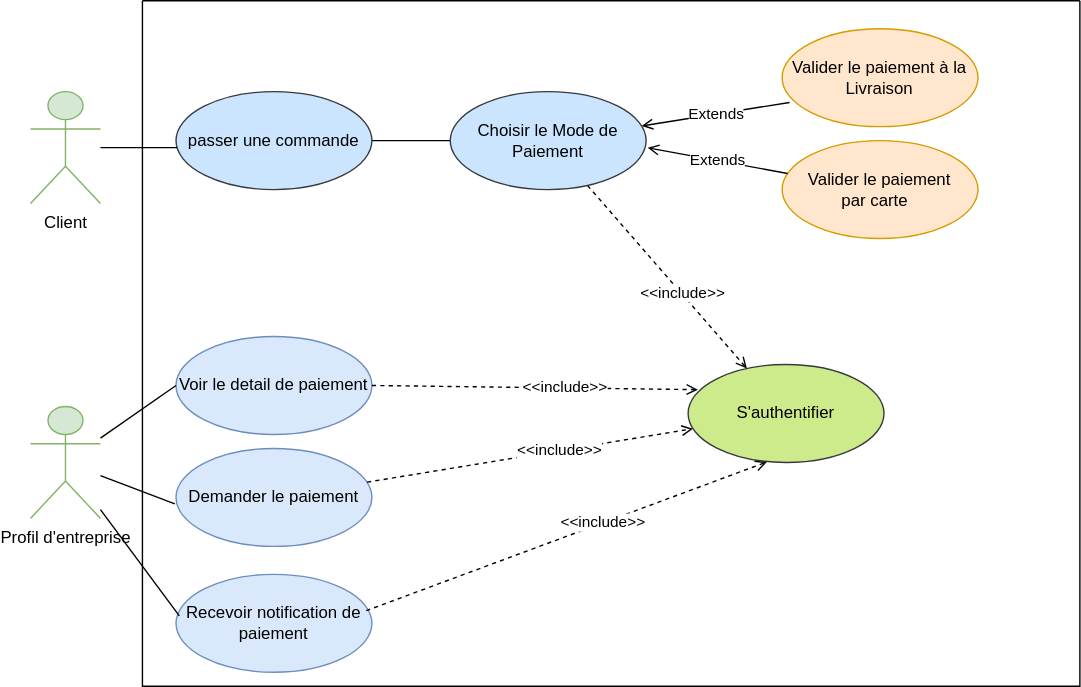
Earlier version of the draw.io export useCase_payment.drawio.svg (amine-elarass49/angular_doc). Source tidied: cells renumbered, new cells last; positions are measured from the earlier drawing's top-left corner, leaving out a move shared by most shapes. The source it was exported from:
```xml
<mxGraphModel>
  <root>
    <mxCell id="0" />
    <mxCell id="1" parent="0" />
    <mxCell id="2" style="swimlane;startSize=0;" parent="1" vertex="1">
      <mxGeometry x="80" width="670" height="490" as="geometry" />
    </mxCell>
    <mxCell id="3" value="S'authentifier" style="ellipse;whiteSpace=wrap;html=1;fillColor=#cdeb8b;strokeColor=#36393d;" parent="2" vertex="1">
      <mxGeometry x="390" y="260" width="140" height="70" as="geometry" />
    </mxCell>
    <mxCell id="4" value="Valider le paiement à la Livraison" style="ellipse;whiteSpace=wrap;html=1;fillColor=#ffe6cc;strokeColor=#d79b00;" parent="2" vertex="1">
      <mxGeometry x="457.2" y="20" width="140" height="70" as="geometry" />
    </mxCell>
    <mxCell id="5" value="Valider le paiement par&amp;nbsp;carte&amp;nbsp;&amp;nbsp;     " style="ellipse;whiteSpace=wrap;html=1;fillColor=#ffe6cc;strokeColor=#d79b00;" parent="2" vertex="1">
      <mxGeometry x="457.2" y="100" width="140" height="70" as="geometry" />
    </mxCell>
    <mxCell id="6" value="Extends" style="endArrow=none;endSize=6;endFill=0;html=1;rounded=0;entryX=0.038;entryY=0.754;entryDx=0;entryDy=0;entryPerimeter=0;startArrow=open;startFill=0;" parent="2" edge="1" source="12" target="4">
      <mxGeometry relative="1" as="geometry" />
    </mxCell>
    <mxCell id="7" value="Extends" style="endArrow=none;endSize=6;endFill=0;html=1;rounded=0;exitX=1.008;exitY=0.574;exitDx=0;exitDy=0;exitPerimeter=0;startArrow=open;startFill=0;" parent="2" edge="1" source="12" target="5">
      <mxGeometry relative="1" as="geometry" />
    </mxCell>
    <mxCell id="8" style="edgeStyle=orthogonalEdgeStyle;rounded=0;jettySize=auto;html=1;endArrow=none;endFill=0;" parent="2" edge="1" source="9" target="12">
      <mxGeometry relative="1" as="geometry" />
    </mxCell>
    <mxCell id="9" value="passer une commande" style="ellipse;whiteSpace=wrap;html=1;fillColor=#cce5ff;strokeColor=#36393d;" parent="2" vertex="1">
      <mxGeometry x="24" y="65" width="140" height="70" as="geometry" />
    </mxCell>
    <mxCell id="10" style="rounded=0;jettySize=auto;html=1;dashed=1;endArrow=open;endFill=0;" parent="2" edge="1" source="12" target="3">
      <mxGeometry relative="1" as="geometry" />
    </mxCell>
    <mxCell id="11" value="&amp;lt;&amp;lt;include&amp;gt;&amp;gt;" style="edgeLabel;html=1;align=center;verticalAlign=middle;" parent="10" vertex="1">
      <mxGeometry x="0.18" y="1" relative="1" as="geometry" />
    </mxCell>
    <mxCell id="12" value="Choisir le Mode de Paiement" style="ellipse;whiteSpace=wrap;html=1;fillColor=#cce5ff;strokeColor=#36393d;" parent="2" vertex="1">
      <mxGeometry x="220" y="65" width="140" height="70" as="geometry" />
    </mxCell>
    <mxCell id="13" value="Profil d'entreprise" style="shape=umlActor;verticalLabelPosition=bottom;verticalAlign=top;html=1;outlineConnect=0;fillColor=#d5e8d4;strokeColor=#82b366;" parent="2" vertex="1">
      <mxGeometry x="-80" y="290" width="50" height="80" as="geometry" />
    </mxCell>
    <mxCell id="14" style="edgeStyle=orthogonalEdgeStyle;rounded=0;jettySize=auto;html=1;endArrow=none;endFill=0;" parent="2" edge="1" source="15" target="9">
      <mxGeometry relative="1" as="geometry">
        <Array as="points">
          <mxPoint x="-60" y="100" />
          <mxPoint x="-60" y="100" />
        </Array>
      </mxGeometry>
    </mxCell>
    <mxCell id="15" value="Client" style="shape=umlActor;verticalLabelPosition=bottom;verticalAlign=top;html=1;outlineConnect=0;fillColor=#d5e8d4;strokeColor=#82b366;" parent="2" vertex="1">
      <mxGeometry x="-80" y="65" width="50" height="80" as="geometry" />
    </mxCell>
    <mxCell id="16" value="Voir le detail de paiement" style="ellipse;whiteSpace=wrap;html=1;fillColor=#dae8fc;strokeColor=#6c8ebf;" parent="2" vertex="1">
      <mxGeometry x="24" y="240" width="140" height="70" as="geometry" />
    </mxCell>
    <mxCell id="17" value="Demander le paiement" style="ellipse;whiteSpace=wrap;html=1;fillColor=#dae8fc;strokeColor=#6c8ebf;" parent="2" vertex="1">
      <mxGeometry x="24" y="320" width="140" height="70" as="geometry" />
    </mxCell>
    <mxCell id="18" value="Recevoir notification de paiement" style="ellipse;whiteSpace=wrap;html=1;fillColor=#dae8fc;strokeColor=#6c8ebf;" parent="2" vertex="1">
      <mxGeometry x="24" y="410" width="140" height="70" as="geometry" />
    </mxCell>
    <mxCell id="19" style="rounded=0;jettySize=auto;html=1;endArrow=none;endFill=0;entryX=0;entryY=0.5;entryDx=0;entryDy=0;" parent="2" edge="1" source="13" target="16">
      <mxGeometry relative="1" as="geometry" />
    </mxCell>
    <mxCell id="20" style="rounded=0;jettySize=auto;html=1;endArrow=none;endFill=0;entryX=-0.006;entryY=0.566;entryDx=0;entryDy=0;entryPerimeter=0;" parent="2" edge="1" source="13" target="17">
      <mxGeometry relative="1" as="geometry" />
    </mxCell>
    <mxCell id="21" style="rounded=0;jettySize=auto;html=1;endArrow=none;endFill=0;entryX=0.017;entryY=0.424;entryDx=0;entryDy=0;entryPerimeter=0;" parent="2" edge="1" source="13" target="18">
      <mxGeometry relative="1" as="geometry" />
    </mxCell>
    <mxCell id="22" style="rounded=0;jettySize=auto;html=1;dashed=1;exitX=1;exitY=0.5;exitDx=0;exitDy=0;endArrow=open;endFill=0;entryX=0.05;entryY=0.257;entryDx=0;entryDy=0;entryPerimeter=0;" parent="2" edge="1" source="16" target="3">
      <mxGeometry relative="1" as="geometry" />
    </mxCell>
    <mxCell id="23" value="&amp;lt;&amp;lt;include&amp;gt;&amp;gt;" style="edgeLabel;html=1;align=center;verticalAlign=middle;" parent="22" vertex="1">
      <mxGeometry x="0.18" y="1" relative="1" as="geometry" />
    </mxCell>
    <mxCell id="24" style="rounded=0;jettySize=auto;html=1;dashed=1;endArrow=open;endFill=0;" parent="2" edge="1" source="17" target="3">
      <mxGeometry relative="1" as="geometry" />
    </mxCell>
    <mxCell id="25" value="&amp;lt;&amp;lt;include&amp;gt;&amp;gt;" style="edgeLabel;html=1;align=center;verticalAlign=middle;" parent="24" vertex="1">
      <mxGeometry x="0.18" y="1" relative="1" as="geometry" />
    </mxCell>
    <mxCell id="26" style="rounded=0;jettySize=auto;html=1;dashed=1;exitX=0.971;exitY=0.371;exitDx=0;exitDy=0;exitPerimeter=0;endArrow=open;endFill=0;entryX=0.402;entryY=0.995;entryDx=0;entryDy=0;entryPerimeter=0;" parent="2" edge="1" source="18" target="3">
      <mxGeometry relative="1" as="geometry" />
    </mxCell>
    <mxCell id="27" value="&amp;lt;&amp;lt;include&amp;gt;&amp;gt;" style="edgeLabel;html=1;align=center;verticalAlign=middle;" parent="26" vertex="1">
      <mxGeometry x="0.18" y="1" relative="1" as="geometry" />
    </mxCell>
  </root>
</mxGraphModel>
```
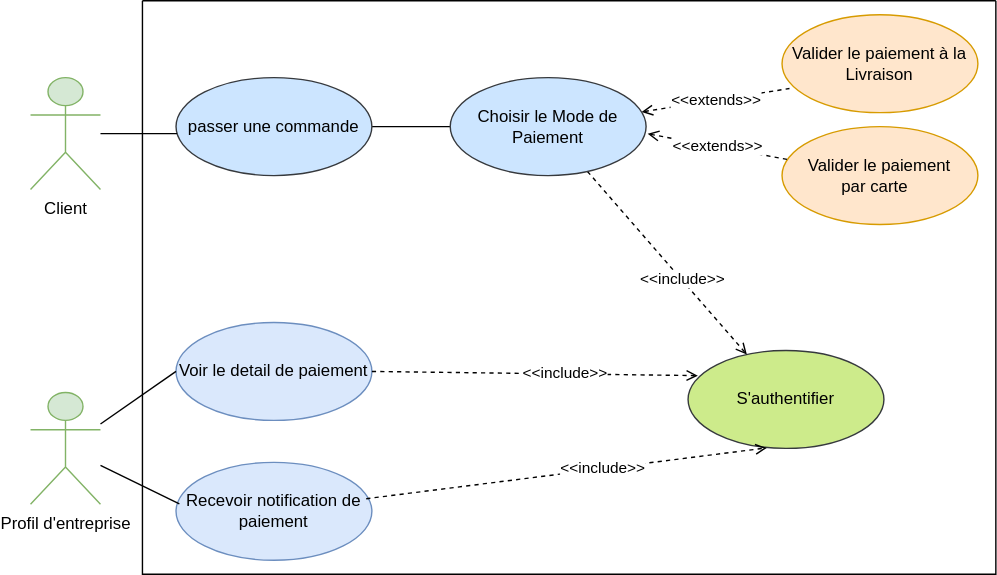
Above is the later version.

The edit, as a diff of the source:
```diff
@@ -3,28 +3,28 @@
     <mxCell id="0" />
     <mxCell id="1" parent="0" />
     <mxCell id="2" style="swimlane;startSize=0;" parent="1" vertex="1">
-      <mxGeometry x="80" width="670" height="490" as="geometry" />
+      <mxGeometry x="80" width="610" height="410" as="geometry" />
     </mxCell>
     <mxCell id="3" value="S'authentifier" style="ellipse;whiteSpace=wrap;html=1;fillColor=#cdeb8b;strokeColor=#36393d;" parent="2" vertex="1">
-      <mxGeometry x="390" y="260" width="140" height="70" as="geometry" />
+      <mxGeometry x="390" y="250" width="140" height="70" as="geometry" />
     </mxCell>
     <mxCell id="4" value="Valider le paiement à la Livraison" style="ellipse;whiteSpace=wrap;html=1;fillColor=#ffe6cc;strokeColor=#d79b00;" parent="2" vertex="1">
-      <mxGeometry x="457.2" y="20" width="140" height="70" as="geometry" />
+      <mxGeometry x="457.2" y="10" width="140" height="70" as="geometry" />
     </mxCell>
     <mxCell id="5" value="Valider le paiement par&amp;nbsp;carte&amp;nbsp;&amp;nbsp;     " style="ellipse;whiteSpace=wrap;html=1;fillColor=#ffe6cc;strokeColor=#d79b00;" parent="2" vertex="1">
-      <mxGeometry x="457.2" y="100" width="140" height="70" as="geometry" />
+      <mxGeometry x="457.2" y="90" width="140" height="70" as="geometry" />
     </mxCell>
-    <mxCell id="6" value="Extends" style="endArrow=none;endSize=6;endFill=0;html=1;rounded=0;entryX=0.038;entryY=0.754;entryDx=0;entryDy=0;entryPerimeter=0;startArrow=open;startFill=0;" parent="2" edge="1" source="12" target="4">
+    <mxCell id="6" value="&amp;lt;&amp;lt;extends&amp;gt;&amp;gt;" style="endArrow=none;endSize=6;endFill=0;html=1;rounded=0;entryX=0.038;entryY=0.754;entryDx=0;entryDy=0;entryPerimeter=0;startArrow=open;startFill=0;dashed=1;" parent="2" edge="1" source="12" target="4">
       <mxGeometry relative="1" as="geometry" />
     </mxCell>
-    <mxCell id="7" value="Extends" style="endArrow=none;endSize=6;endFill=0;html=1;rounded=0;exitX=1.008;exitY=0.574;exitDx=0;exitDy=0;exitPerimeter=0;startArrow=open;startFill=0;" parent="2" edge="1" source="12" target="5">
+    <mxCell id="7" value="&amp;lt;&amp;lt;extends&amp;gt;&amp;gt;" style="endArrow=none;endSize=6;endFill=0;html=1;rounded=0;exitX=1.008;exitY=0.574;exitDx=0;exitDy=0;exitPerimeter=0;startArrow=open;startFill=0;dashed=1;" parent="2" edge="1" source="12" target="5">
       <mxGeometry relative="1" as="geometry" />
     </mxCell>
     <mxCell id="8" style="edgeStyle=orthogonalEdgeStyle;rounded=0;jettySize=auto;html=1;endArrow=none;endFill=0;" parent="2" edge="1" source="9" target="12">
       <mxGeometry relative="1" as="geometry" />
     </mxCell>
     <mxCell id="9" value="passer une commande" style="ellipse;whiteSpace=wrap;html=1;fillColor=#cce5ff;strokeColor=#36393d;" parent="2" vertex="1">
-      <mxGeometry x="24" y="65" width="140" height="70" as="geometry" />
+      <mxGeometry x="24" y="55" width="140" height="70" as="geometry" />
     </mxCell>
     <mxCell id="10" style="rounded=0;jettySize=auto;html=1;dashed=1;endArrow=open;endFill=0;" parent="2" edge="1" source="12" target="3">
       <mxGeometry relative="1" as="geometry" />
@@ -33,37 +33,31 @@
       <mxGeometry x="0.18" y="1" relative="1" as="geometry" />
     </mxCell>
     <mxCell id="12" value="Choisir le Mode de Paiement" style="ellipse;whiteSpace=wrap;html=1;fillColor=#cce5ff;strokeColor=#36393d;" parent="2" vertex="1">
-      <mxGeometry x="220" y="65" width="140" height="70" as="geometry" />
+      <mxGeometry x="220" y="55" width="140" height="70" as="geometry" />
     </mxCell>
     <mxCell id="13" value="Profil d'entreprise" style="shape=umlActor;verticalLabelPosition=bottom;verticalAlign=top;html=1;outlineConnect=0;fillColor=#d5e8d4;strokeColor=#82b366;" parent="2" vertex="1">
-      <mxGeometry x="-80" y="290" width="50" height="80" as="geometry" />
+      <mxGeometry x="-80" y="280" width="50" height="80" as="geometry" />
     </mxCell>
     <mxCell id="14" style="edgeStyle=orthogonalEdgeStyle;rounded=0;jettySize=auto;html=1;endArrow=none;endFill=0;" parent="2" edge="1" source="15" target="9">
       <mxGeometry relative="1" as="geometry">
         <Array as="points">
-          <mxPoint x="-60" y="100" />
-          <mxPoint x="-60" y="100" />
+          <mxPoint x="-60" y="90" />
+          <mxPoint x="-60" y="90" />
         </Array>
       </mxGeometry>
     </mxCell>
     <mxCell id="15" value="Client" style="shape=umlActor;verticalLabelPosition=bottom;verticalAlign=top;html=1;outlineConnect=0;fillColor=#d5e8d4;strokeColor=#82b366;" parent="2" vertex="1">
-      <mxGeometry x="-80" y="65" width="50" height="80" as="geometry" />
+      <mxGeometry x="-80" y="55" width="50" height="80" as="geometry" />
     </mxCell>
     <mxCell id="16" value="Voir le detail de paiement" style="ellipse;whiteSpace=wrap;html=1;fillColor=#dae8fc;strokeColor=#6c8ebf;" parent="2" vertex="1">
-      <mxGeometry x="24" y="240" width="140" height="70" as="geometry" />
+      <mxGeometry x="24" y="230" width="140" height="70" as="geometry" />
     </mxCell>
-    <mxCell id="17" value="Demander le paiement" style="ellipse;whiteSpace=wrap;html=1;fillColor=#dae8fc;strokeColor=#6c8ebf;" parent="2" vertex="1">
-      <mxGeometry x="24" y="320" width="140" height="70" as="geometry" />
-    </mxCell>
     <mxCell id="18" value="Recevoir notification de paiement" style="ellipse;whiteSpace=wrap;html=1;fillColor=#dae8fc;strokeColor=#6c8ebf;" parent="2" vertex="1">
-      <mxGeometry x="24" y="410" width="140" height="70" as="geometry" />
+      <mxGeometry x="24" y="330" width="140" height="70" as="geometry" />
     </mxCell>
     <mxCell id="19" style="rounded=0;jettySize=auto;html=1;endArrow=none;endFill=0;entryX=0;entryY=0.5;entryDx=0;entryDy=0;" parent="2" edge="1" source="13" target="16">
       <mxGeometry relative="1" as="geometry" />
     </mxCell>
-    <mxCell id="20" style="rounded=0;jettySize=auto;html=1;endArrow=none;endFill=0;entryX=-0.006;entryY=0.566;entryDx=0;entryDy=0;entryPerimeter=0;" parent="2" edge="1" source="13" target="17">
-      <mxGeometry relative="1" as="geometry" />
-    </mxCell>
     <mxCell id="21" style="rounded=0;jettySize=auto;html=1;endArrow=none;endFill=0;entryX=0.017;entryY=0.424;entryDx=0;entryDy=0;entryPerimeter=0;" parent="2" edge="1" source="13" target="18">
       <mxGeometry relative="1" as="geometry" />
     </mxCell>
@@ -73,12 +67,6 @@
     <mxCell id="23" value="&amp;lt;&amp;lt;include&amp;gt;&amp;gt;" style="edgeLabel;html=1;align=center;verticalAlign=middle;" parent="22" vertex="1">
       <mxGeometry x="0.18" y="1" relative="1" as="geometry" />
     </mxCell>
-    <mxCell id="24" style="rounded=0;jettySize=auto;html=1;dashed=1;endArrow=open;endFill=0;" parent="2" edge="1" source="17" target="3">
-      <mxGeometry relative="1" as="geometry" />
-    </mxCell>
-    <mxCell id="25" value="&amp;lt;&amp;lt;include&amp;gt;&amp;gt;" style="edgeLabel;html=1;align=center;verticalAlign=middle;" parent="24" vertex="1">
-      <mxGeometry x="0.18" y="1" relative="1" as="geometry" />
-    </mxCell>
     <mxCell id="26" style="rounded=0;jettySize=auto;html=1;dashed=1;exitX=0.971;exitY=0.371;exitDx=0;exitDy=0;exitPerimeter=0;endArrow=open;endFill=0;entryX=0.402;entryY=0.995;entryDx=0;entryDy=0;entryPerimeter=0;" parent="2" edge="1" source="18" target="3">
       <mxGeometry relative="1" as="geometry" />
     </mxCell>
```
